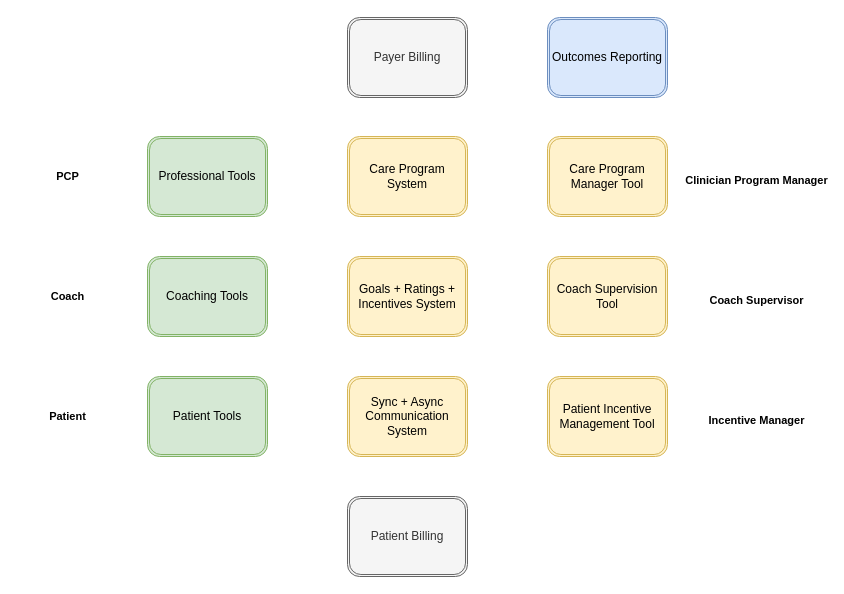
Above: design/platform.drawio in prakashmenon/l1 (draw.io), before the change. Source tidied: cells renumbered, new cells numbered last; positions are measured from the earlier drawing's top-left corner, leaving out a move shared by most shapes. Both pictures are drawn from the tidied source at 100%, with x=0, y=0 at pixel (17, 17).
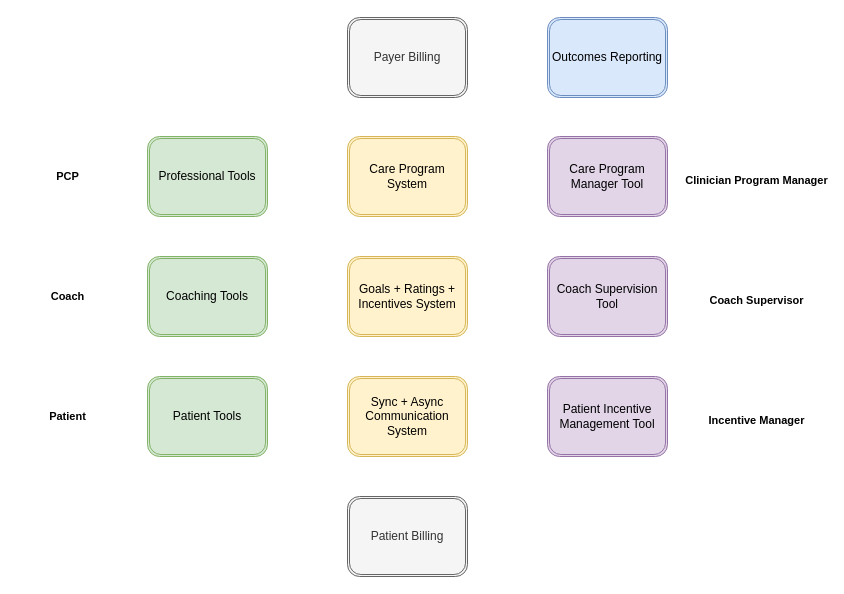
After the change.

What changed in the source:
```diff
@@
 <mxGraphModel>
   <root>
     <mxCell id="0" />
     <mxCell id="1" parent="0" />
     <mxCell id="2" value="Professional Tools" style="shape=ext;double=1;rounded=1;whiteSpace=wrap;html=1;fillColor=#d5e8d4;strokeColor=#82b366;" parent="1" vertex="1">
       <mxGeometry x="130" y="119" width="120" height="80" as="geometry" />
     </mxCell>
     <mxCell id="3" value="Coaching Tools" style="shape=ext;double=1;rounded=1;whiteSpace=wrap;html=1;fillColor=#d5e8d4;strokeColor=#82b366;" parent="1" vertex="1">
       <mxGeometry x="130" y="239" width="120" height="80" as="geometry" />
     </mxCell>
     <mxCell id="4" value="Patient Tools" style="shape=ext;double=1;rounded=1;whiteSpace=wrap;html=1;fillColor=#d5e8d4;strokeColor=#82b366;" parent="1" vertex="1">
       <mxGeometry x="130" y="359" width="120" height="80" as="geometry" />
     </mxCell>
     <mxCell id="5" value="Care Program System" style="shape=ext;double=1;rounded=1;whiteSpace=wrap;html=1;fillColor=#fff2cc;strokeColor=#d6b656;" parent="1" vertex="1">
       <mxGeometry x="330" y="119" width="120" height="80" as="geometry" />
     </mxCell>
     <mxCell id="6" value="Goals + Ratings + Incentives System" style="shape=ext;double=1;rounded=1;whiteSpace=wrap;html=1;fillColor=#fff2cc;strokeColor=#d6b656;" parent="1" vertex="1">
       <mxGeometry x="330" y="239" width="120" height="80" as="geometry" />
     </mxCell>
     <mxCell id="7" value="Sync + Async Communication System" style="shape=ext;double=1;rounded=1;whiteSpace=wrap;html=1;fillColor=#fff2cc;strokeColor=#d6b656;" parent="1" vertex="1">
       <mxGeometry x="330" y="359" width="120" height="80" as="geometry" />
     </mxCell>
     <mxCell id="8" value="PCP" style="text;strokeColor=none;fillColor=none;html=1;fontSize=11;fontStyle=1;verticalAlign=middle;align=center;" parent="1" vertex="1">
       <mxGeometry y="139" width="100" height="40" as="geometry" />
     </mxCell>
     <mxCell id="9" value="Coach" style="text;strokeColor=none;fillColor=none;html=1;fontSize=11;fontStyle=1;verticalAlign=middle;align=center;" parent="1" vertex="1">
       <mxGeometry y="259" width="100" height="40" as="geometry" />
     </mxCell>
     <mxCell id="10" value="Patient" style="text;strokeColor=none;fillColor=none;html=1;fontSize=11;fontStyle=1;verticalAlign=middle;align=center;" parent="1" vertex="1">
       <mxGeometry y="379" width="100" height="40" as="geometry" />
     </mxCell>
-    <mxCell id="11" value="Care Program Manager Tool" style="shape=ext;double=1;rounded=1;whiteSpace=wrap;html=1;fillColor=#fff2cc;strokeColor=#d6b656;" parent="1" vertex="1">
+    <mxCell id="11" value="Care Program Manager Tool" style="shape=ext;double=1;rounded=1;whiteSpace=wrap;html=1;fillColor=#e1d5e7;strokeColor=#9673a6;" parent="1" vertex="1">
       <mxGeometry x="530" y="119" width="120" height="80" as="geometry" />
     </mxCell>
-    <mxCell id="12" value="Coach Supervision Tool" style="shape=ext;double=1;rounded=1;whiteSpace=wrap;html=1;fillColor=#fff2cc;strokeColor=#d6b656;" parent="1" vertex="1">
+    <mxCell id="12" value="Coach Supervision Tool" style="shape=ext;double=1;rounded=1;whiteSpace=wrap;html=1;fillColor=#e1d5e7;strokeColor=#9673a6;" parent="1" vertex="1">
       <mxGeometry x="530" y="239" width="120" height="80" as="geometry" />
     </mxCell>
-    <mxCell id="13" value="Patient Incentive Management Tool" style="shape=ext;double=1;rounded=1;whiteSpace=wrap;html=1;fillColor=#fff2cc;strokeColor=#d6b656;" parent="1" vertex="1">
+    <mxCell id="13" value="Patient Incentive Management Tool" style="shape=ext;double=1;rounded=1;whiteSpace=wrap;html=1;fillColor=#e1d5e7;strokeColor=#9673a6;" parent="1" vertex="1">
       <mxGeometry x="530" y="359" width="120" height="80" as="geometry" />
     </mxCell>
     <mxCell id="14" value="&lt;font style=&quot;font-size: 11px;&quot;&gt;Incentive Manager&lt;br&gt;&lt;/font&gt;" style="text;strokeColor=none;fillColor=none;html=1;fontSize=24;fontStyle=1;verticalAlign=middle;align=center;" parent="1" vertex="1">
       <mxGeometry x="689" y="379" width="100" height="40" as="geometry" />
     </mxCell>
     <mxCell id="15" value="&lt;font style=&quot;font-size: 11px;&quot;&gt;Coach Supervisor&lt;/font&gt;" style="text;strokeColor=none;fillColor=none;html=1;fontSize=24;fontStyle=1;verticalAlign=middle;align=center;" parent="1" vertex="1">
       <mxGeometry x="689" y="259" width="100" height="40" as="geometry" />
     </mxCell>
     <mxCell id="16" value="&lt;font style=&quot;font-size: 11px;&quot;&gt;Clinician Program Manager&lt;/font&gt;" style="text;strokeColor=none;fillColor=none;html=1;fontSize=24;fontStyle=1;verticalAlign=middle;align=center;" parent="1" vertex="1">
       <mxGeometry x="689" y="139" width="100" height="40" as="geometry" />
     </mxCell>
     <mxCell id="17" value="Patient Billing" style="shape=ext;double=1;rounded=1;whiteSpace=wrap;html=1;fillColor=#f5f5f5;strokeColor=#666666;fontColor=#333333;" parent="1" vertex="1">
       <mxGeometry x="330" y="479" width="120" height="80" as="geometry" />
     </mxCell>
     <mxCell id="18" value="Payer Billing" style="shape=ext;double=1;rounded=1;whiteSpace=wrap;html=1;fillColor=#f5f5f5;strokeColor=#666666;fontColor=#333333;" parent="1" vertex="1">
       <mxGeometry x="330" width="120" height="80" as="geometry" />
     </mxCell>
     <mxCell id="19" value="Outcomes Reporting" style="shape=ext;double=1;rounded=1;whiteSpace=wrap;html=1;fillColor=#dae8fc;strokeColor=#6c8ebf;" parent="1" vertex="1">
       <mxGeometry x="530" width="120" height="80" as="geometry" />
     </mxCell>
   </root>
 </mxGraphModel>
```
